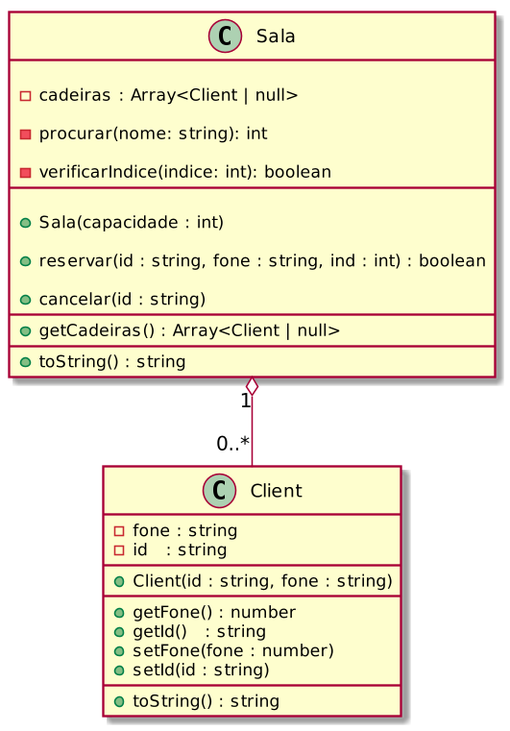
Earlier version of the PlantUML export base/cinema2/diagrama.png (qxcodepoo/arcade). Its diagram source:
```plantuml
@startuml

skinparam defaultFontName Hasklig
skinparam dpi 150

class Client {
  - fone : string
  - id   : string
  __
  + Client(id : string, fone : string)
  __
  + getFone() : number
  + getId()   : string
  + setFone(fone : number)
  + setId(id : string)
  __
  + toString() : string
}

class Sala {

  - cadeiras : Array<Client | null>

  - procurar(nome: string): int

  - verificarIndice(indice: int): boolean
  __

  + Sala(capacidade : int)

  + reservar(id : string, fone : string, ind : int) : boolean

  + cancelar(id : string)
  __
  + getCadeiras() : Array<Client | null>
  __
  + toString() : string
}

Sala "1" o-- "0..*" Client
@enduml
```
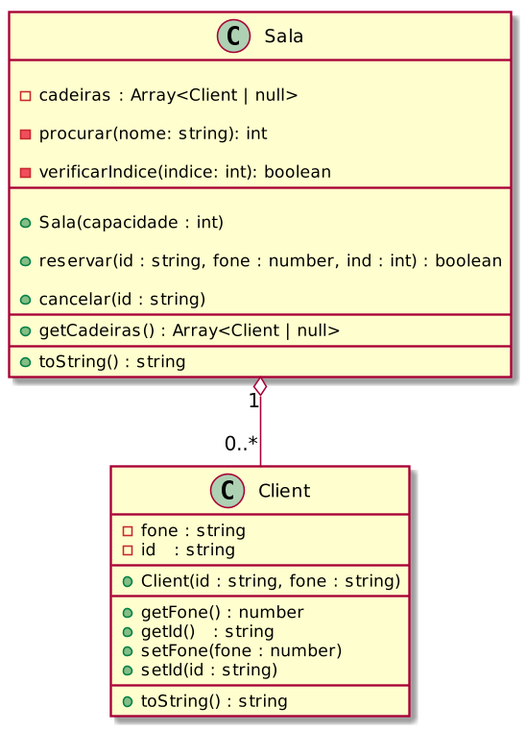
After the change.

Change to the diagram source:
```diff
@@ -28,7 +28,7 @@
 
   + Sala(capacidade : int)
 
-  + reservar(id : string, fone : string, ind : int) : boolean
+  + reservar(id : string, fone : number, ind : int) : boolean
 
   + cancelar(id : string)
   __
```
